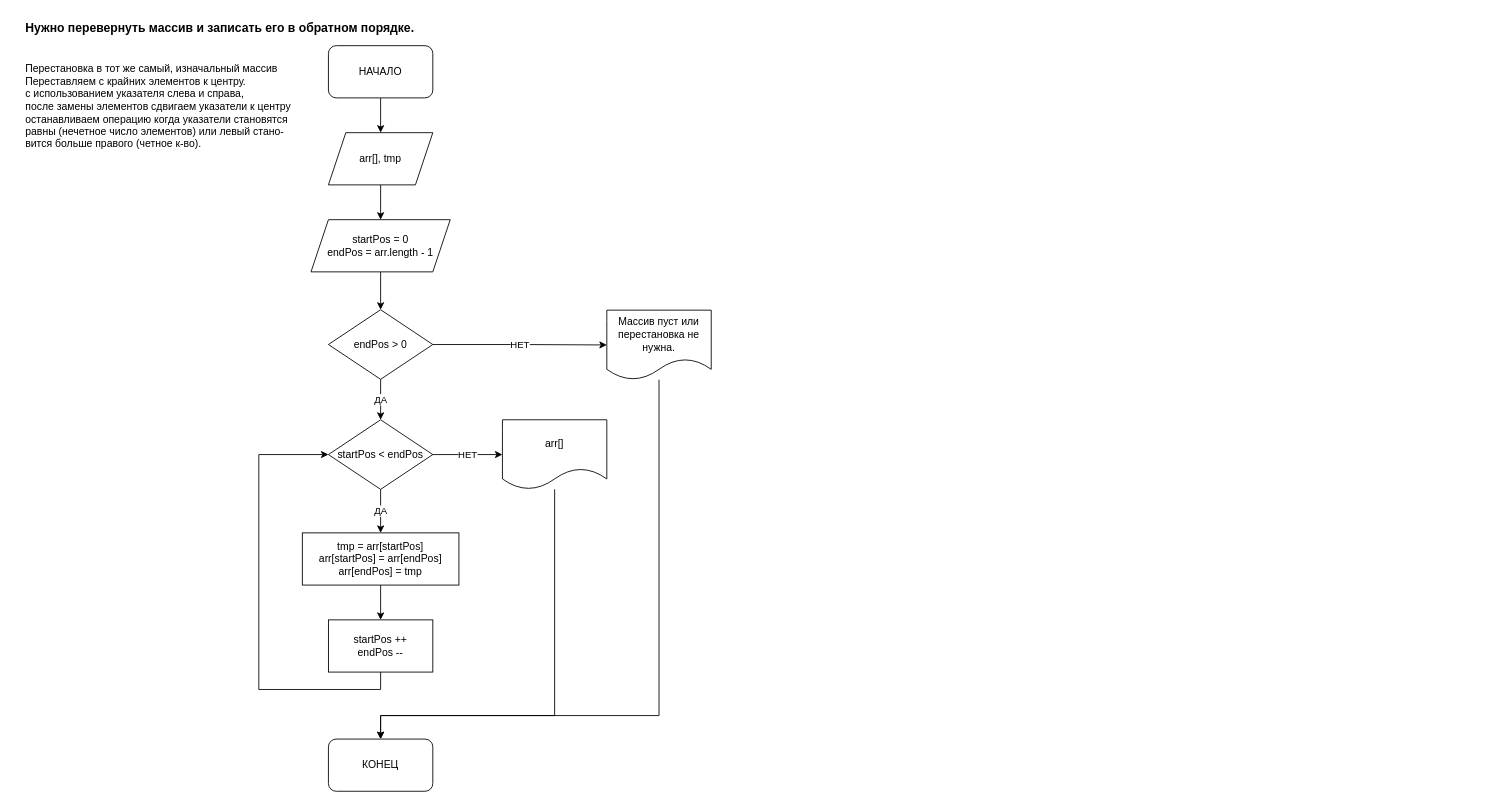
The draw.io diagram Algorytm/Lesson_02/Task_02/Z2.task2.drawio in jokerjam-s/GeekBrainst, before the edit. Source tidied: cells renumbered, new cells numbered last; positions are measured from the earlier drawing's top-left corner, leaving out a move shared by most shapes. Both pictures are drawn from the tidied source at 87%, with x=0, y=0 at pixel (15, 15).
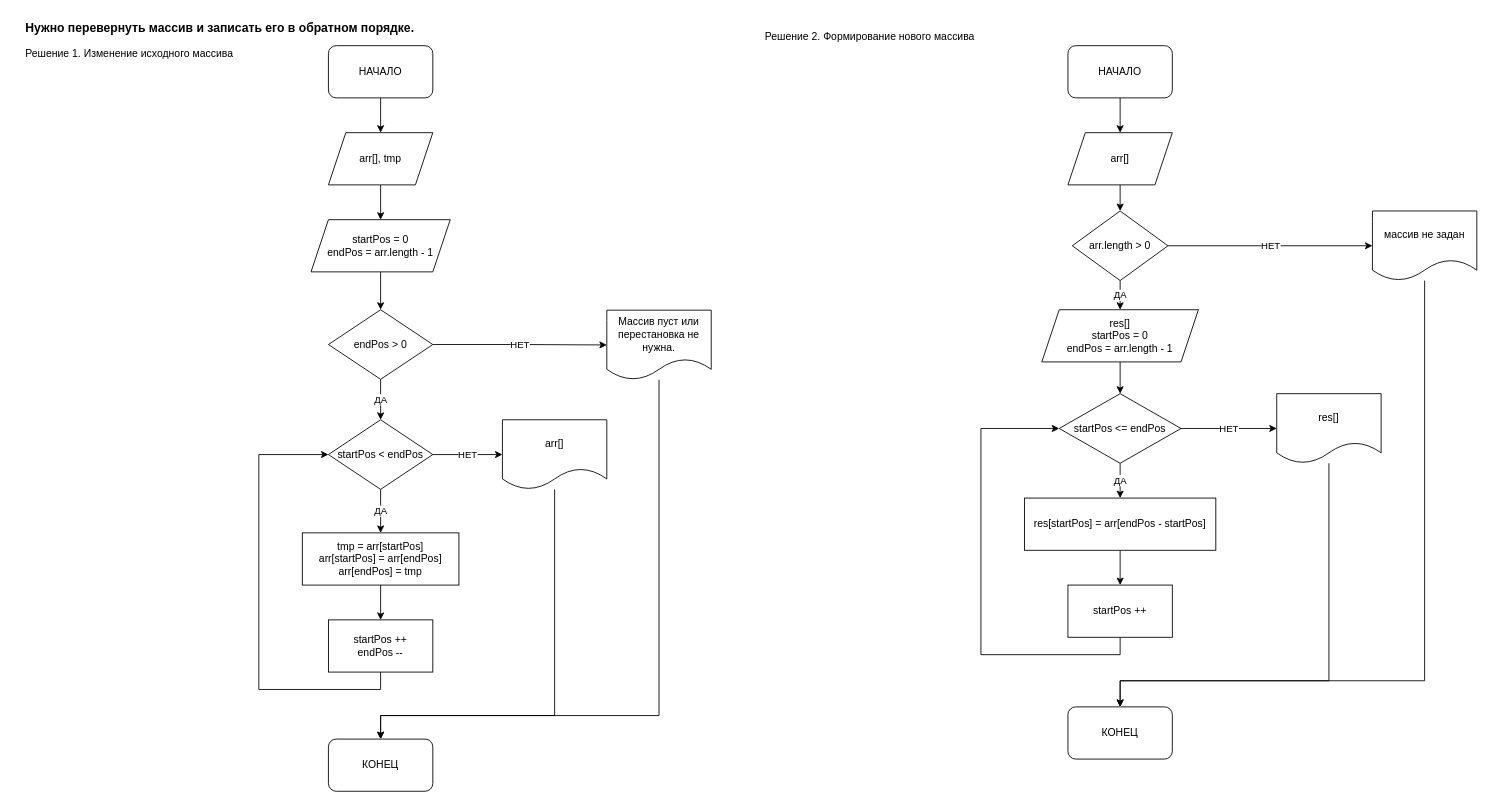
Above is the later version.

Change to the diagram source:
```diff
@@
-    <mxCell id="23" value="Перестановка в тот же самый, изначальный массив&lt;br&gt;Переставляем с крайних элементов к центру.&lt;br&gt;с использованием указателя слева и справа,&lt;br&gt;после замены элементов сдвигаем указатели к центру&lt;br&gt;останавливаем операцию когда указатели становятся&amp;nbsp;&lt;br&gt;равны (нечетное число элементов) или левый стано-&lt;br&gt;вится больше правого (четное к-во)." style="text;html=1;align=left;verticalAlign=middle;fillColor=none;strokeColor=none;rounded=0;" parent="1" vertex="1">
-      <mxGeometry x="10" y="55" width="320" height="100" as="geometry" />
+    <mxCell id="23" value="Решение 1. Изменение исходного массива" style="text;html=1;align=left;verticalAlign=middle;fillColor=none;strokeColor=none;rounded=0;" parent="1" vertex="1">
+      <mxGeometry x="10" y="35" width="250" height="20" as="geometry" />
     </mxCell>
@@
+    <mxCell id="25" value="Решение 2. Формирование нового массива&lt;br&gt;" style="text;html=1;align=left;verticalAlign=middle;fillColor=none;strokeColor=none;rounded=0;" parent="1" vertex="1">
+      <mxGeometry x="860" y="15" width="260" height="20" as="geometry" />
+    </mxCell>
+    <mxCell id="26" style="edgeStyle=orthogonalEdgeStyle;rounded=0;jettySize=auto;html=1;exitX=0.5;exitY=1;exitDx=0;exitDy=0;" parent="1" edge="1" source="27" target="29">
+      <mxGeometry relative="1" as="geometry" />
+    </mxCell>
+    <mxCell id="27" value="НАЧАЛО" style="rounded=1;whiteSpace=wrap;html=1;" parent="1" vertex="1">
+      <mxGeometry x="1210" y="35" width="120" height="60" as="geometry" />
+    </mxCell>
+    <mxCell id="28" style="edgeStyle=orthogonalEdgeStyle;rounded=0;jettySize=auto;html=1;exitX=0.5;exitY=1;exitDx=0;exitDy=0;entryX=0.5;entryY=0;entryDx=0;entryDy=0;" parent="1" edge="1" source="29" target="32">
+      <mxGeometry relative="1" as="geometry" />
+    </mxCell>
+    <mxCell id="29" value="arr[]" style="shape=parallelogram;perimeter=parallelogramPerimeter;whiteSpace=wrap;html=1;fixedSize=1;" parent="1" vertex="1">
+      <mxGeometry x="1210" y="135" width="120" height="60" as="geometry" />
+    </mxCell>
+    <mxCell id="30" value="НЕТ" style="edgeStyle=orthogonalEdgeStyle;rounded=0;jettySize=auto;html=1;exitX=1;exitY=0.5;exitDx=0;exitDy=0;" parent="1" edge="1" source="32" target="34">
+      <mxGeometry relative="1" as="geometry" />
+    </mxCell>
+    <mxCell id="31" value="ДА" style="edgeStyle=orthogonalEdgeStyle;rounded=0;jettySize=auto;html=1;exitX=0.5;exitY=1;exitDx=0;exitDy=0;entryX=0.5;entryY=0;entryDx=0;entryDy=0;" parent="1" edge="1" source="32" target="36">
+      <mxGeometry relative="1" as="geometry" />
+    </mxCell>
+    <mxCell id="32" value="arr.length &amp;gt; 0" style="rhombus;whiteSpace=wrap;html=1;" parent="1" vertex="1">
+      <mxGeometry x="1215" y="225" width="110" height="80" as="geometry" />
+    </mxCell>
+    <mxCell id="33" style="edgeStyle=orthogonalEdgeStyle;rounded=0;jettySize=auto;html=1;entryX=0.5;entryY=0;entryDx=0;entryDy=0;" parent="1" edge="1" source="34" target="46">
+      <mxGeometry relative="1" as="geometry">
+        <Array as="points">
+          <mxPoint x="1620" y="765" />
+          <mxPoint x="1270" y="765" />
+        </Array>
+      </mxGeometry>
+    </mxCell>
+    <mxCell id="34" value="массив не задан" style="shape=document;whiteSpace=wrap;html=1;boundedLbl=1;" parent="1" vertex="1">
+      <mxGeometry x="1560" y="225" width="120" height="80" as="geometry" />
+    </mxCell>
+    <mxCell id="35" style="edgeStyle=orthogonalEdgeStyle;rounded=0;jettySize=auto;html=1;exitX=0.5;exitY=1;exitDx=0;exitDy=0;entryX=0.5;entryY=0;entryDx=0;entryDy=0;" parent="1" edge="1" source="36" target="39">
+      <mxGeometry relative="1" as="geometry" />
+    </mxCell>
+    <mxCell id="36" value="res[]&lt;br&gt;startPos = 0&lt;br&gt;endPos = arr.length - 1" style="shape=parallelogram;perimeter=parallelogramPerimeter;whiteSpace=wrap;html=1;fixedSize=1;" parent="1" vertex="1">
+      <mxGeometry x="1180" y="338.5" width="180" height="60" as="geometry" />
+    </mxCell>
+    <mxCell id="37" value="ДА" style="edgeStyle=orthogonalEdgeStyle;rounded=0;jettySize=auto;html=1;exitX=0.5;exitY=1;exitDx=0;exitDy=0;entryX=0.5;entryY=0;entryDx=0;entryDy=0;" parent="1" edge="1" source="39" target="41">
+      <mxGeometry relative="1" as="geometry" />
+    </mxCell>
+    <mxCell id="38" value="НЕТ" style="edgeStyle=orthogonalEdgeStyle;rounded=0;jettySize=auto;html=1;exitX=1;exitY=0.5;exitDx=0;exitDy=0;entryX=0;entryY=0.5;entryDx=0;entryDy=0;" parent="1" edge="1" source="39" target="45">
+      <mxGeometry relative="1" as="geometry" />
+    </mxCell>
+    <mxCell id="39" value="startPos &amp;lt;= endPos" style="rhombus;whiteSpace=wrap;html=1;" parent="1" vertex="1">
+      <mxGeometry x="1200" y="435" width="140" height="80" as="geometry" />
+    </mxCell>
+    <mxCell id="40" style="edgeStyle=orthogonalEdgeStyle;rounded=0;jettySize=auto;html=1;exitX=0.5;exitY=1;exitDx=0;exitDy=0;" parent="1" edge="1" source="41" target="43">
+      <mxGeometry relative="1" as="geometry" />
+    </mxCell>
+    <mxCell id="41" value="res[startPos] = arr[endPos - startPos]" style="rounded=0;whiteSpace=wrap;html=1;" parent="1" vertex="1">
+      <mxGeometry x="1160" y="555" width="220" height="60" as="geometry" />
+    </mxCell>
+    <mxCell id="42" style="edgeStyle=orthogonalEdgeStyle;rounded=0;jettySize=auto;html=1;exitX=0.5;exitY=1;exitDx=0;exitDy=0;entryX=0;entryY=0.5;entryDx=0;entryDy=0;" parent="1" edge="1" source="43" target="39">
+      <mxGeometry relative="1" as="geometry">
+        <Array as="points">
+          <mxPoint x="1270" y="735" />
+          <mxPoint x="1110" y="735" />
+          <mxPoint x="1110" y="475" />
+        </Array>
+      </mxGeometry>
+    </mxCell>
+    <mxCell id="43" value="startPos ++" style="rounded=0;whiteSpace=wrap;html=1;" parent="1" vertex="1">
+      <mxGeometry x="1210" y="655" width="120" height="60" as="geometry" />
+    </mxCell>
+    <mxCell id="44" style="edgeStyle=orthogonalEdgeStyle;rounded=0;jettySize=auto;html=1;entryX=0.5;entryY=0;entryDx=0;entryDy=0;" parent="1" edge="1" source="45" target="46">
+      <mxGeometry relative="1" as="geometry">
+        <Array as="points">
+          <mxPoint x="1510" y="765" />
+          <mxPoint x="1270" y="765" />
+        </Array>
+      </mxGeometry>
+    </mxCell>
+    <mxCell id="45" value="res[]" style="shape=document;whiteSpace=wrap;html=1;boundedLbl=1;" parent="1" vertex="1">
+      <mxGeometry x="1450" y="435" width="120" height="80" as="geometry" />
+    </mxCell>
+    <mxCell id="46" value="КОНЕЦ" style="rounded=1;whiteSpace=wrap;html=1;" parent="1" vertex="1">
+      <mxGeometry x="1210" y="795" width="120" height="60" as="geometry" />
+    </mxCell>
```
